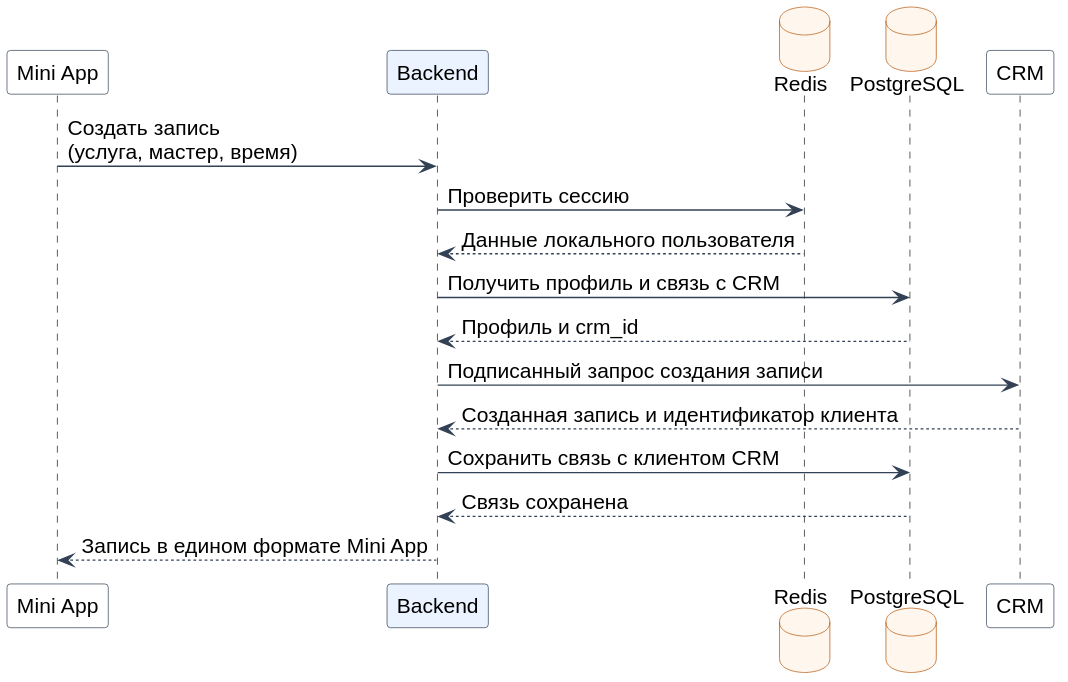
Above: assets/images/explanatory-note/data-transfer-flow.svg in groza1338/final-qualifying-work-docs (PlantUML), before the change.
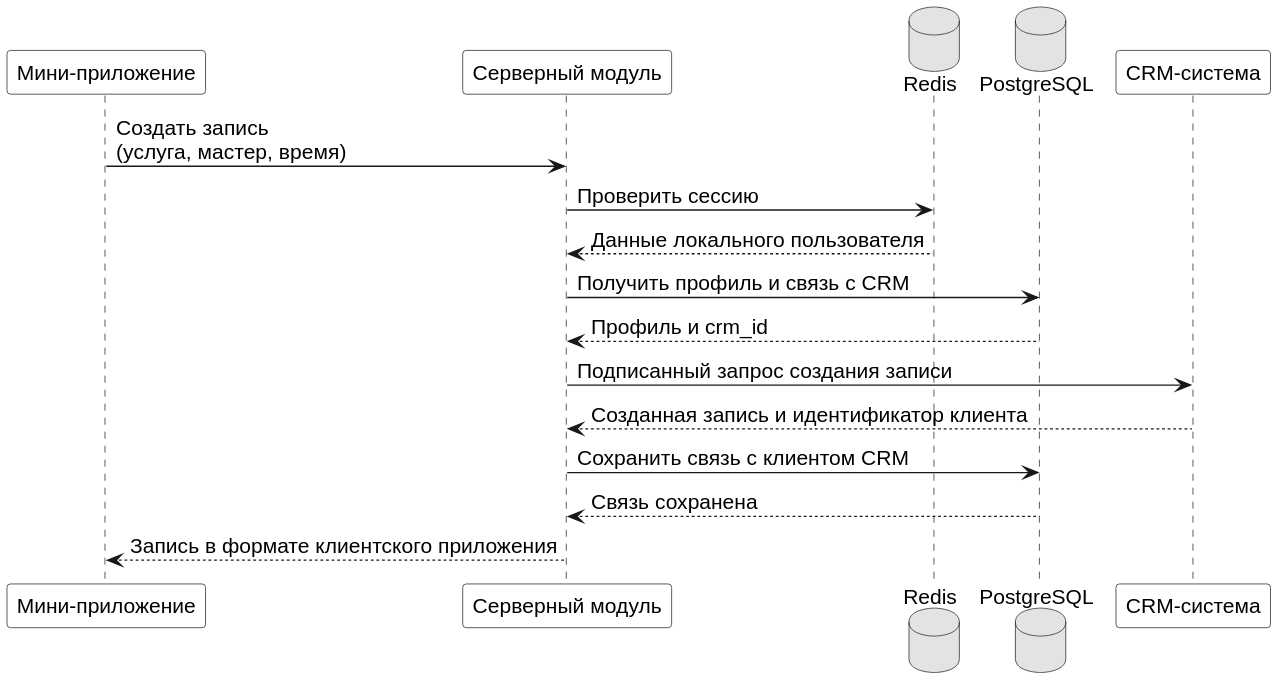
Above is the later version.

Change to the diagram source:
```diff
@@ -1,20 +1,17 @@
 @startuml
+skinparam monochrome true
+
 skinparam backgroundColor white
 skinparam shadowing false
 skinparam defaultFontName Arial
 skinparam defaultFontSize 15
-skinparam ArrowColor #334155
-skinparam LifeLineBorderColor #94A3B8
-skinparam ParticipantBorderColor #334155
 skinparam ParticipantBackgroundColor white
-skinparam DatabaseBorderColor #B45309
-skinparam DatabaseBackgroundColor #FFF7ED
 
-participant "Mini App" as mini
-participant "Backend" as backend #EAF3FF
+participant "Мини-приложение" as mini
+participant "Серверный модуль" as backend
 database "Redis" as redis
 database "PostgreSQL" as postgres
-participant "CRM" as crm
+participant "CRM-система" as crm
 
 mini -> backend : Создать запись\n(услуга, мастер, время)
 backend -> redis : Проверить сессию
@@ -25,5 +22,5 @@
 crm --> backend : Созданная запись и идентификатор клиента
 backend -> postgres : Сохранить связь с клиентом CRM
 postgres --> backend : Связь сохранена
-backend --> mini : Запись в едином формате Mini App
+backend --> mini : Запись в формате клиентского приложения
 @enduml
```
